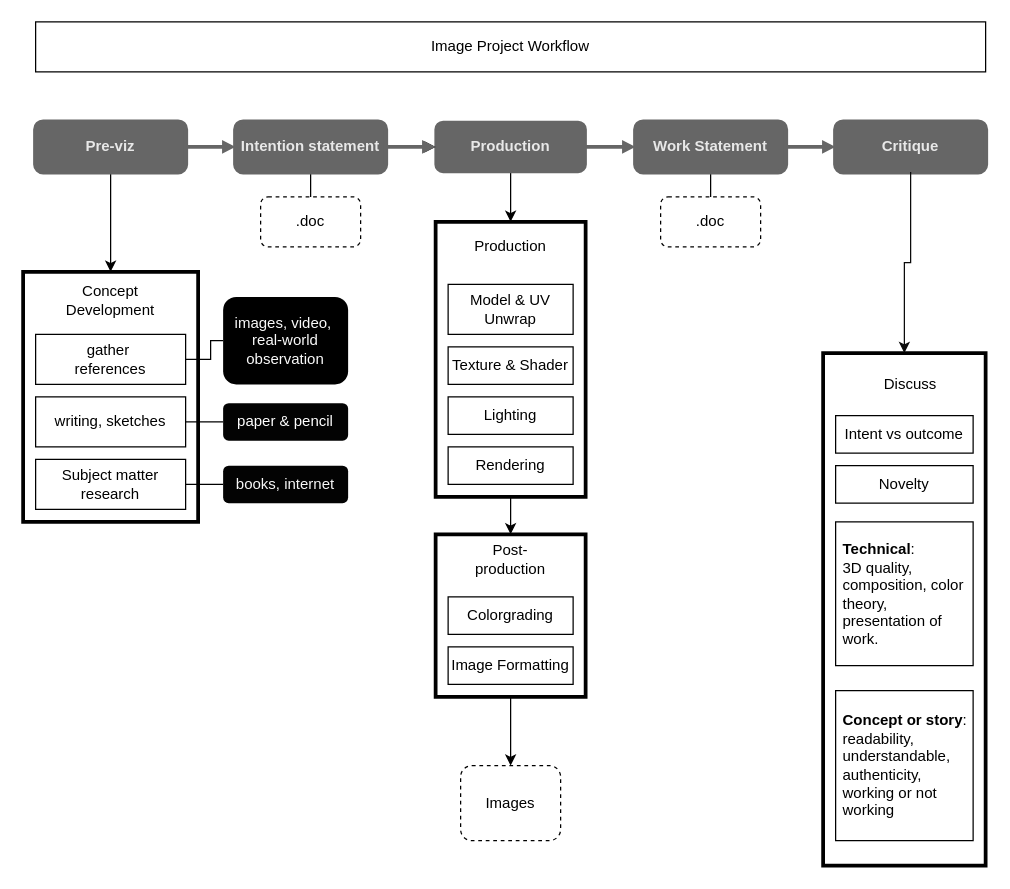
Earlier version of the draw.io diagram static-image-project.drawio (michael-collins/3d-tasks). Source tidied: cells renumbered, new cells numbered last; positions are measured from the earlier drawing's top-left corner, leaving out a move shared by most shapes. Both pictures are drawn from the tidied source at 125%, with x=0, y=0 at pixel (22, 21).
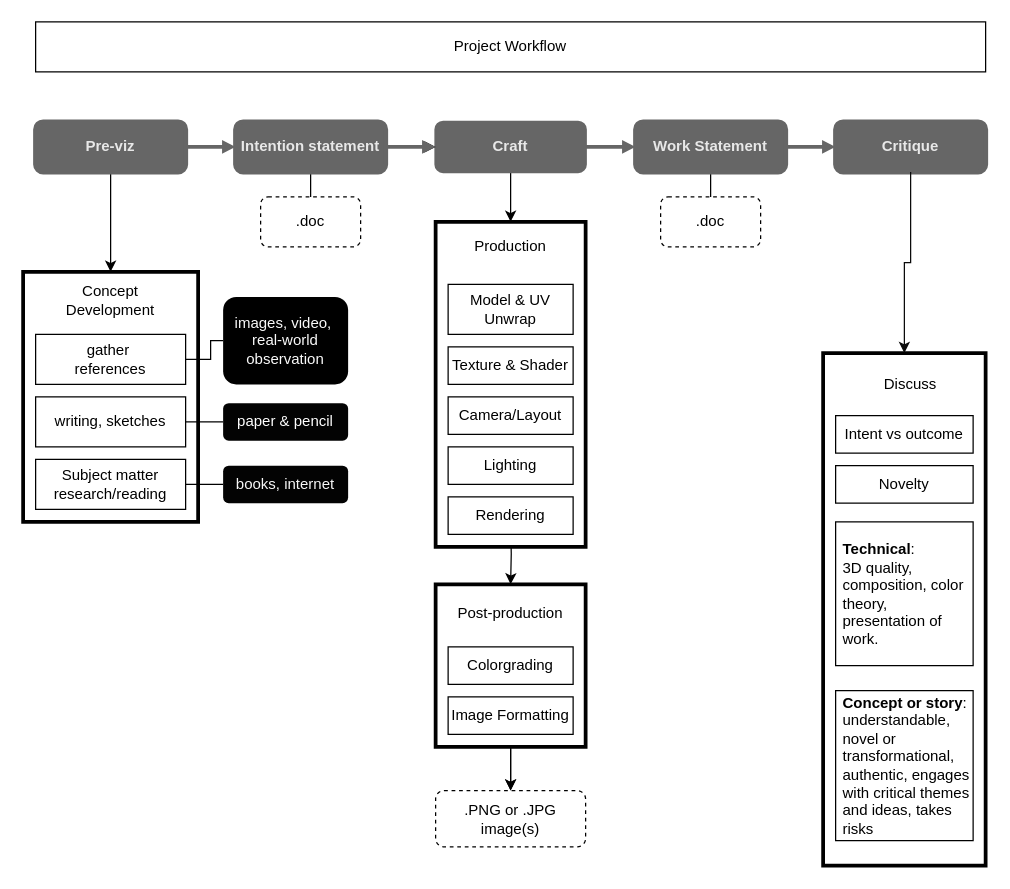
The same diagram, later.

What changed in the source:
```diff
@@
-    <mxCell id="3" value="Image Project Workflow" style="whiteSpace=wrap;html=1;" parent="1" vertex="1">
+    <mxCell id="3" value="Project Workflow" style="whiteSpace=wrap;html=1;" parent="1" vertex="1">
       <mxGeometry x="10" width="760" height="40" as="geometry" />
     </mxCell>
@@
-    <mxCell id="9" value="Production" style="whiteSpace=wrap;html=1;strokeWidth=2;strokeColor=#666666;fontStyle=1;fillColor=#666666;rounded=1;fontColor=#E8E8E8;" parent="1" vertex="1">
+    <mxCell id="9" value="Craft" style="whiteSpace=wrap;html=1;strokeWidth=2;strokeColor=#666666;fontStyle=1;fillColor=#666666;rounded=1;fontColor=#E8E8E8;" parent="1" vertex="1">
       <mxGeometry x="330" y="80" width="120" height="40" as="geometry" />
     </mxCell>
@@
-    <mxCell id="20" style="edgeStyle=orthogonalEdgeStyle;rounded=0;jettySize=auto;html=1;exitX=0.5;exitY=1;exitDx=0;exitDy=0;entryX=0.5;entryY=0;entryDx=0;entryDy=0;" parent="1" edge="1" source="34" target="26">
-      <mxGeometry relative="1" as="geometry" />
-    </mxCell>
@@
-    <mxCell id="22" value="&lt;b&gt;Concept or story&lt;/b&gt;: readability, understandable, authenticity, working or not working" style="whiteSpace=wrap;html=1;align=left;spacingLeft=4;" parent="1" vertex="1">
+    <mxCell id="22" value="&lt;b&gt;Concept or story&lt;/b&gt;: understandable, novel or transformational,&lt;div&gt;authentic, engages with critical themes and ideas, takes risks&lt;/div&gt;" style="whiteSpace=wrap;html=1;align=left;spacingLeft=4;" parent="1" vertex="1">
       <mxGeometry x="650" y="535" width="110" height="120" as="geometry" />
     </mxCell>
@@
-    <mxCell id="26" value="Images" style="rounded=1;whiteSpace=wrap;html=1;shadow=0;dashed=1;" parent="1" vertex="1">
-      <mxGeometry x="350" y="595" width="80" height="60" as="geometry" />
+    <mxCell id="26" value=".PNG or .JPG image(s)" style="rounded=1;whiteSpace=wrap;html=1;shadow=0;dashed=1;" parent="1" vertex="1">
+      <mxGeometry x="330" y="615" width="120" height="45" as="geometry" />
     </mxCell>
-    <mxCell id="27" style="edgeStyle=orthogonalEdgeStyle;rounded=0;jettySize=auto;html=1;exitX=0.5;exitY=1;exitDx=0;exitDy=0;entryX=0.5;entryY=0;entryDx=0;entryDy=0;" parent="1" edge="1" source="28" target="34">
-      <mxGeometry relative="1" as="geometry" />
+    <mxCell id="27" style="edgeStyle=orthogonalEdgeStyle;rounded=0;jettySize=auto;html=1;exitX=0.5;exitY=1;exitDx=0;exitDy=0;entryX=0.5;entryY=0;entryDx=0;entryDy=0;" parent="1" edge="1" target="34">
+      <mxGeometry relative="1" as="geometry">
+        <mxPoint x="390" y="400" as="sourcePoint" />
+      </mxGeometry>
     </mxCell>
     <mxCell id="28" style="rounded=0;whiteSpace=wrap;html=1;strokeWidth=3;" parent="1" vertex="1">
-      <mxGeometry x="330" y="160" width="120" height="220" as="geometry" />
+      <mxGeometry x="330" y="160" width="120" height="260" as="geometry" />
     </mxCell>
@@
     <mxCell id="31" value="Lighting" style="rounded=0;whiteSpace=wrap;html=1;strokeWidth=1;" parent="1" vertex="1">
-      <mxGeometry x="340" y="300" width="100" height="30" as="geometry" />
+      <mxGeometry x="340" y="340" width="100" height="30" as="geometry" />
     </mxCell>
     <mxCell id="32" value="Rendering" style="rounded=0;whiteSpace=wrap;html=1;strokeWidth=1;" parent="1" vertex="1">
-      <mxGeometry x="340" y="340" width="100" height="30" as="geometry" />
+      <mxGeometry x="340" y="380" width="100" height="30" as="geometry" />
     </mxCell>
@@
+    <mxCell id="20" style="edgeStyle=orthogonalEdgeStyle;rounded=0;jettySize=auto;html=1;" parent="1" edge="1" source="34" target="26">
+      <mxGeometry relative="1" as="geometry" />
+    </mxCell>
     <mxCell id="34" style="rounded=0;whiteSpace=wrap;html=1;strokeWidth=3;" parent="1" vertex="1">
-      <mxGeometry x="330" y="410" width="120" height="130" as="geometry" />
+      <mxGeometry x="330" y="450" width="120" height="130" as="geometry" />
     </mxCell>
     <mxCell id="35" value="Post-production" style="text;html=1;align=center;verticalAlign=middle;whiteSpace=wrap;rounded=0;" parent="1" vertex="1">
-      <mxGeometry x="360" y="415" width="60" height="30" as="geometry" />
+      <mxGeometry x="340" y="455" width="100" height="35" as="geometry" />
     </mxCell>
     <mxCell id="36" value="&lt;div&gt;Colorgrading&lt;/div&gt;" style="whiteSpace=wrap;html=1;rounded=0;strokeWidth=1;" parent="1" vertex="1">
-      <mxGeometry x="340" y="460" width="100" height="30" as="geometry" />
+      <mxGeometry x="340" y="500" width="100" height="30" as="geometry" />
     </mxCell>
     <mxCell id="37" value="&lt;div&gt;Image Formatting&lt;/div&gt;" style="whiteSpace=wrap;html=1;rounded=0;strokeWidth=1;" parent="1" vertex="1">
-      <mxGeometry x="340" y="500" width="100" height="30" as="geometry" />
+      <mxGeometry x="340" y="540" width="100" height="30" as="geometry" />
     </mxCell>
@@
-    <mxCell id="41" value="Subject matter research" style="rounded=0;whiteSpace=wrap;html=1;strokeWidth=1;strokeColor=default;align=center;verticalAlign=middle;fontFamily=Helvetica;fontSize=12;fontColor=default;fillColor=default;" parent="1" vertex="1">
+    <mxCell id="41" value="Subject matter research/reading" style="rounded=0;whiteSpace=wrap;html=1;strokeWidth=1;strokeColor=default;align=center;verticalAlign=middle;fontFamily=Helvetica;fontSize=12;fontColor=default;fillColor=default;" parent="1" vertex="1">
       <mxGeometry x="10" y="350" width="120" height="40" as="geometry" />
     </mxCell>
@@
+    <mxCell id="50" value="Camera/Layout" style="rounded=0;whiteSpace=wrap;html=1;strokeWidth=1;" parent="1" vertex="1">
+      <mxGeometry x="340" y="300" width="100" height="30" as="geometry" />
+    </mxCell>
+    <mxCell id="51" style="edgeStyle=orthogonalEdgeStyle;rounded=0;orthogonalLoop=1;jettySize=auto;html=1;entryX=0.5;entryY=0;entryDx=0;entryDy=0;" parent="1" edge="1">
+      <mxGeometry relative="1" as="geometry">
+        <mxPoint x="390" y="580" as="sourcePoint" />
+        <mxPoint x="390" y="615" as="targetPoint" />
+      </mxGeometry>
+    </mxCell>
```
